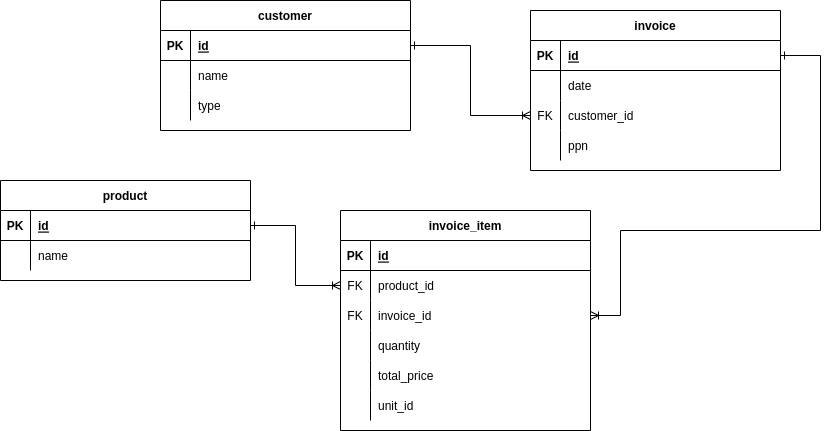
hezbims/Ekonomis keeps this draw.io diagram as Dokumentasi/diagram/erd.png. Above is the earlier version. Source tidied: cells renumbered, new cells last; positions are measured from the earlier drawing's top-left corner, leaving out a move shared by most shapes. The source it was exported from:
```xml
<mxGraphModel>
  <root>
    <mxCell id="0" />
    <mxCell id="1" parent="0" />
    <mxCell id="2" value="invoice" style="shape=table;startSize=30;rowLines=0;fontStyle=1;align=center;" parent="1" vertex="1">
      <mxGeometry x="530" y="10" width="250" height="160" as="geometry" />
    </mxCell>
    <mxCell id="3" style="shape=partialRectangle;fillColor=none;points=[[0,0.5],[1,0.5]];portConstraint=eastwest;top=0;left=0;right=0;bottom=1;" parent="2" vertex="1">
      <mxGeometry y="30" width="250" height="30" as="geometry" />
    </mxCell>
    <mxCell id="4" value="PK" style="shape=partialRectangle;overflow=hidden;fillColor=none;top=0;left=0;bottom=0;right=0;fontStyle=1;" parent="3" vertex="1">
      <mxGeometry width="30" height="30" as="geometry" />
    </mxCell>
    <mxCell id="5" value="id" style="shape=partialRectangle;overflow=hidden;fillColor=none;top=0;left=0;bottom=0;right=0;align=left;spacingLeft=6;fontStyle=5;" parent="3" vertex="1">
      <mxGeometry x="30" width="220" height="30" as="geometry" />
    </mxCell>
    <mxCell id="6" style="shape=partialRectangle;fillColor=none;top=0;left=0;right=0;bottom=0;" parent="2" vertex="1">
      <mxGeometry y="60" width="250" height="30" as="geometry" />
    </mxCell>
    <mxCell id="7" style="shape=partialRectangle;overflow=hidden;fillColor=none;top=0;left=0;bottom=0;right=0;" parent="6" vertex="1">
      <mxGeometry width="30" height="30" as="geometry" />
    </mxCell>
    <mxCell id="8" value="date" style="shape=partialRectangle;overflow=hidden;fillColor=none;top=0;left=0;bottom=0;right=0;align=left;spacingLeft=6;" parent="6" vertex="1">
      <mxGeometry x="30" width="220" height="30" as="geometry" />
    </mxCell>
    <mxCell id="9" style="shape=partialRectangle;fillColor=none;points=[[0,0.5],[1,0.5]];portConstraint=eastwest;top=0;left=0;right=0;bottom=0;" parent="2" vertex="1">
      <mxGeometry y="90" width="250" height="30" as="geometry" />
    </mxCell>
    <mxCell id="10" value="FK" style="shape=partialRectangle;overflow=hidden;fillColor=none;top=0;left=0;bottom=0;right=0;" parent="9" vertex="1">
      <mxGeometry width="30" height="30" as="geometry" />
    </mxCell>
    <mxCell id="11" value="customer_id" style="shape=partialRectangle;overflow=hidden;fillColor=none;top=0;left=0;bottom=0;right=0;align=left;spacingLeft=6;" parent="9" vertex="1">
      <mxGeometry x="30" width="220" height="30" as="geometry" />
    </mxCell>
    <mxCell id="12" style="shape=tableRow;horizontal=0;startSize=0;swimlaneHead=0;swimlaneBody=0;fillColor=none;top=0;left=0;right=0;bottom=0;" parent="2" vertex="1">
      <mxGeometry y="120" width="250" height="30" as="geometry" />
    </mxCell>
    <mxCell id="13" style="shape=partialRectangle;fillColor=none;top=0;left=0;bottom=0;right=0;overflow=hidden;" parent="12" vertex="1">
      <mxGeometry width="30" height="30" as="geometry" />
    </mxCell>
    <mxCell id="14" value="ppn" style="shape=partialRectangle;fillColor=none;top=0;left=0;bottom=0;right=0;align=left;spacingLeft=6;overflow=hidden;" parent="12" vertex="1">
      <mxGeometry x="30" width="220" height="30" as="geometry" />
    </mxCell>
    <mxCell id="15" value="product" style="shape=table;startSize=30;rowLines=0;fontStyle=1;align=center;" parent="1" vertex="1">
      <mxGeometry y="180" width="250" height="100" as="geometry" />
    </mxCell>
    <mxCell id="16" style="shape=partialRectangle;fillColor=none;points=[[0,0.5],[1,0.5]];portConstraint=eastwest;top=0;left=0;right=0;bottom=1;" parent="15" vertex="1">
      <mxGeometry y="30" width="250" height="30" as="geometry" />
    </mxCell>
    <mxCell id="17" value="PK" style="shape=partialRectangle;overflow=hidden;fillColor=none;top=0;left=0;bottom=0;right=0;fontStyle=1;" parent="16" vertex="1">
      <mxGeometry width="30" height="30" as="geometry" />
    </mxCell>
    <mxCell id="18" value="id" style="shape=partialRectangle;overflow=hidden;fillColor=none;top=0;left=0;bottom=0;right=0;align=left;spacingLeft=6;fontStyle=5;" parent="16" vertex="1">
      <mxGeometry x="30" width="220" height="30" as="geometry" />
    </mxCell>
    <mxCell id="19" style="shape=partialRectangle;fillColor=none;top=0;left=0;right=0;bottom=0;" parent="15" vertex="1">
      <mxGeometry y="60" width="250" height="30" as="geometry" />
    </mxCell>
    <mxCell id="20" style="shape=partialRectangle;overflow=hidden;fillColor=none;top=0;left=0;bottom=0;right=0;" parent="19" vertex="1">
      <mxGeometry width="30" height="30" as="geometry" />
    </mxCell>
    <mxCell id="21" value="name" style="shape=partialRectangle;overflow=hidden;fillColor=none;top=0;left=0;bottom=0;right=0;align=left;spacingLeft=6;" parent="19" vertex="1">
      <mxGeometry x="30" width="220" height="30" as="geometry" />
    </mxCell>
    <mxCell id="22" value="customer" style="shape=table;startSize=30;rowLines=0;fontStyle=1;align=center;" parent="1" vertex="1">
      <mxGeometry x="160" width="250" height="130" as="geometry" />
    </mxCell>
    <mxCell id="23" style="shape=partialRectangle;fillColor=none;points=[[0,0.5],[1,0.5]];portConstraint=eastwest;top=0;left=0;right=0;bottom=1;" parent="22" vertex="1">
      <mxGeometry y="30" width="250" height="30" as="geometry" />
    </mxCell>
    <mxCell id="24" value="PK" style="shape=partialRectangle;overflow=hidden;fillColor=none;top=0;left=0;bottom=0;right=0;fontStyle=1;" parent="23" vertex="1">
      <mxGeometry width="30" height="30" as="geometry" />
    </mxCell>
    <mxCell id="25" value="id" style="shape=partialRectangle;overflow=hidden;fillColor=none;top=0;left=0;bottom=0;right=0;align=left;spacingLeft=6;fontStyle=5;" parent="23" vertex="1">
      <mxGeometry x="30" width="220" height="30" as="geometry" />
    </mxCell>
    <mxCell id="26" style="shape=tableRow;horizontal=0;startSize=0;swimlaneHead=0;swimlaneBody=0;fillColor=none;top=0;left=0;right=0;bottom=0;" parent="22" vertex="1">
      <mxGeometry y="60" width="250" height="30" as="geometry" />
    </mxCell>
    <mxCell id="27" style="shape=partialRectangle;fillColor=none;top=0;left=0;bottom=0;right=0;overflow=hidden;" parent="26" vertex="1">
      <mxGeometry width="30" height="30" as="geometry" />
    </mxCell>
    <mxCell id="28" value="name" style="shape=partialRectangle;fillColor=none;top=0;left=0;bottom=0;right=0;align=left;spacingLeft=6;overflow=hidden;" parent="26" vertex="1">
      <mxGeometry x="30" width="220" height="30" as="geometry" />
    </mxCell>
    <mxCell id="29" style="shape=partialRectangle;fillColor=none;top=0;left=0;right=0;bottom=0;" parent="22" vertex="1">
      <mxGeometry y="90" width="250" height="30" as="geometry" />
    </mxCell>
    <mxCell id="30" style="shape=partialRectangle;overflow=hidden;fillColor=none;top=0;left=0;bottom=0;right=0;" parent="29" vertex="1">
      <mxGeometry width="30" height="30" as="geometry" />
    </mxCell>
    <mxCell id="31" value="type" style="shape=partialRectangle;overflow=hidden;fillColor=none;top=0;left=0;bottom=0;right=0;align=left;spacingLeft=6;" parent="29" vertex="1">
      <mxGeometry x="30" width="220" height="30" as="geometry" />
    </mxCell>
    <mxCell id="32" value="invoice_item" style="shape=table;startSize=30;rowLines=0;fontStyle=1;align=center;" parent="1" vertex="1">
      <mxGeometry x="340" y="210" width="250" height="220" as="geometry" />
    </mxCell>
    <mxCell id="33" style="shape=partialRectangle;fillColor=none;top=0;left=0;right=0;bottom=1;" parent="32" vertex="1">
      <mxGeometry y="30" width="250" height="30" as="geometry" />
    </mxCell>
    <mxCell id="34" value="PK" style="shape=partialRectangle;overflow=hidden;fillColor=none;top=0;left=0;bottom=0;right=0;fontStyle=1;" parent="33" vertex="1">
      <mxGeometry width="30" height="30" as="geometry" />
    </mxCell>
    <mxCell id="35" value="id" style="shape=partialRectangle;overflow=hidden;fillColor=none;top=0;left=0;bottom=0;right=0;align=left;spacingLeft=6;fontStyle=5;" parent="33" vertex="1">
      <mxGeometry x="30" width="220" height="30" as="geometry" />
    </mxCell>
    <mxCell id="36" style="shape=partialRectangle;fillColor=none;points=[[0,0.5],[1,0.5]];portConstraint=eastwest;top=0;left=0;right=0;bottom=0;" parent="32" vertex="1">
      <mxGeometry y="60" width="250" height="30" as="geometry" />
    </mxCell>
    <mxCell id="37" value="FK" style="shape=partialRectangle;overflow=hidden;fillColor=none;top=0;left=0;bottom=0;right=0;" parent="36" vertex="1">
      <mxGeometry width="30" height="30" as="geometry" />
    </mxCell>
    <mxCell id="38" value="product_id" style="shape=partialRectangle;overflow=hidden;fillColor=none;top=0;left=0;bottom=0;right=0;align=left;spacingLeft=6;" parent="36" vertex="1">
      <mxGeometry x="30" width="220" height="30" as="geometry" />
    </mxCell>
    <mxCell id="39" style="shape=tableRow;horizontal=0;startSize=0;swimlaneHead=0;swimlaneBody=0;fillColor=none;points=[[0,0.5],[1,0.5]];portConstraint=eastwest;top=0;left=0;right=0;bottom=0;" parent="32" vertex="1">
      <mxGeometry y="90" width="250" height="30" as="geometry" />
    </mxCell>
    <mxCell id="40" value="FK" style="shape=partialRectangle;fillColor=none;top=0;left=0;bottom=0;right=0;overflow=hidden;" parent="39" vertex="1">
      <mxGeometry width="30" height="30" as="geometry" />
    </mxCell>
    <mxCell id="41" value="invoice_id" style="shape=partialRectangle;fillColor=none;top=0;left=0;bottom=0;right=0;align=left;spacingLeft=6;overflow=hidden;" parent="39" vertex="1">
      <mxGeometry x="30" width="220" height="30" as="geometry" />
    </mxCell>
    <mxCell id="42" style="shape=tableRow;horizontal=0;startSize=0;swimlaneHead=0;swimlaneBody=0;fillColor=none;top=0;left=0;right=0;bottom=0;" parent="32" vertex="1">
      <mxGeometry y="120" width="250" height="30" as="geometry" />
    </mxCell>
    <mxCell id="43" style="shape=partialRectangle;fillColor=none;top=0;left=0;bottom=0;right=0;overflow=hidden;" parent="42" vertex="1">
      <mxGeometry width="30" height="30" as="geometry" />
    </mxCell>
    <mxCell id="44" value="quantity" style="shape=partialRectangle;fillColor=none;top=0;left=0;bottom=0;right=0;align=left;spacingLeft=6;overflow=hidden;" parent="42" vertex="1">
      <mxGeometry x="30" width="220" height="30" as="geometry" />
    </mxCell>
    <mxCell id="45" style="shape=tableRow;horizontal=0;startSize=0;swimlaneHead=0;swimlaneBody=0;fillColor=none;top=0;left=0;right=0;bottom=0;" parent="32" vertex="1">
      <mxGeometry y="150" width="250" height="30" as="geometry" />
    </mxCell>
    <mxCell id="46" style="shape=partialRectangle;fillColor=none;top=0;left=0;bottom=0;right=0;overflow=hidden;" parent="45" vertex="1">
      <mxGeometry width="30" height="30" as="geometry" />
    </mxCell>
    <mxCell id="47" value="total_price" style="shape=partialRectangle;fillColor=none;top=0;left=0;bottom=0;right=0;align=left;spacingLeft=6;overflow=hidden;" parent="45" vertex="1">
      <mxGeometry x="30" width="220" height="30" as="geometry" />
    </mxCell>
    <mxCell id="48" style="shape=tableRow;horizontal=0;startSize=0;swimlaneHead=0;swimlaneBody=0;fillColor=none;top=0;left=0;right=0;bottom=0;" parent="32" vertex="1">
      <mxGeometry y="180" width="250" height="30" as="geometry" />
    </mxCell>
    <mxCell id="49" style="shape=partialRectangle;fillColor=none;top=0;left=0;bottom=0;right=0;overflow=hidden;" parent="48" vertex="1">
      <mxGeometry width="30" height="30" as="geometry" />
    </mxCell>
    <mxCell id="50" value="unit_id" style="shape=partialRectangle;fillColor=none;top=0;left=0;bottom=0;right=0;align=left;spacingLeft=6;overflow=hidden;" parent="48" vertex="1">
      <mxGeometry x="30" width="220" height="30" as="geometry" />
    </mxCell>
    <mxCell id="51" style="edgeStyle=orthogonalEdgeStyle;rounded=0;jettySize=auto;html=1;entryX=1;entryY=0.5;entryDx=0;entryDy=0;endArrow=ERone;endFill=0;startArrow=ERoneToMany;startFill=0;" parent="1" edge="1" source="39" target="3">
      <mxGeometry relative="1" as="geometry">
        <Array as="points">
          <mxPoint x="620" y="315" />
          <mxPoint x="620" y="230" />
          <mxPoint x="820" y="230" />
          <mxPoint x="820" y="55" />
        </Array>
      </mxGeometry>
    </mxCell>
    <mxCell id="52" style="edgeStyle=orthogonalEdgeStyle;rounded=0;jettySize=auto;html=1;entryX=1;entryY=0.5;entryDx=0;entryDy=0;endArrow=ERone;endFill=0;startArrow=ERoneToMany;startFill=0;" parent="1" edge="1" source="36" target="16">
      <mxGeometry relative="1" as="geometry" />
    </mxCell>
    <mxCell id="53" style="edgeStyle=orthogonalEdgeStyle;rounded=0;jettySize=auto;html=1;entryX=1;entryY=0.5;entryDx=0;entryDy=0;endArrow=ERone;endFill=0;startArrow=ERoneToMany;startFill=0;" parent="1" edge="1" source="9" target="23">
      <mxGeometry relative="1" as="geometry" />
    </mxCell>
  </root>
</mxGraphModel>
```
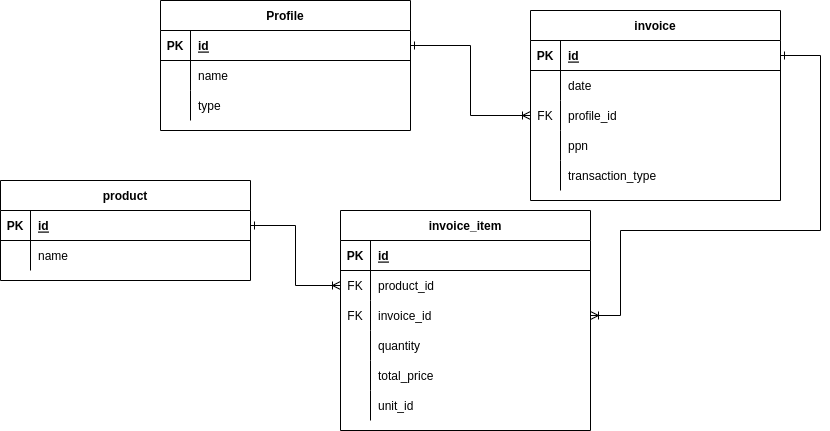
Later version of the same file.

Commit message:
docs: nambahin field transaction_type di tabel invoice ERD

The edit, as a diff of the source:
```diff
@@ -3,7 +3,7 @@
     <mxCell id="0" />
     <mxCell id="1" parent="0" />
     <mxCell id="2" value="invoice" style="shape=table;startSize=30;rowLines=0;fontStyle=1;align=center;" parent="1" vertex="1">
-      <mxGeometry x="530" y="10" width="250" height="160" as="geometry" />
+      <mxGeometry x="530" y="10" width="250" height="190" as="geometry" />
     </mxCell>
     <mxCell id="3" style="shape=partialRectangle;fillColor=none;points=[[0,0.5],[1,0.5]];portConstraint=eastwest;top=0;left=0;right=0;bottom=1;" parent="2" vertex="1">
       <mxGeometry y="30" width="250" height="30" as="geometry" />
@@ -29,7 +29,7 @@
     <mxCell id="10" value="FK" style="shape=partialRectangle;overflow=hidden;fillColor=none;top=0;left=0;bottom=0;right=0;" parent="9" vertex="1">
       <mxGeometry width="30" height="30" as="geometry" />
     </mxCell>
-    <mxCell id="11" value="customer_id" style="shape=partialRectangle;overflow=hidden;fillColor=none;top=0;left=0;bottom=0;right=0;align=left;spacingLeft=6;" parent="9" vertex="1">
+    <mxCell id="11" value="profile_id" style="shape=partialRectangle;overflow=hidden;fillColor=none;top=0;left=0;bottom=0;right=0;align=left;spacingLeft=6;" parent="9" vertex="1">
       <mxGeometry x="30" width="220" height="30" as="geometry" />
     </mxCell>
     <mxCell id="12" style="shape=tableRow;horizontal=0;startSize=0;swimlaneHead=0;swimlaneBody=0;fillColor=none;top=0;left=0;right=0;bottom=0;" parent="2" vertex="1">
@@ -41,6 +41,15 @@
     <mxCell id="14" value="ppn" style="shape=partialRectangle;fillColor=none;top=0;left=0;bottom=0;right=0;align=left;spacingLeft=6;overflow=hidden;" parent="12" vertex="1">
       <mxGeometry x="30" width="220" height="30" as="geometry" />
     </mxCell>
+    <mxCell id="54" style="shape=tableRow;horizontal=0;startSize=0;swimlaneHead=0;swimlaneBody=0;fillColor=none;top=0;left=0;right=0;bottom=0;" parent="2" vertex="1">
+      <mxGeometry y="150" width="250" height="30" as="geometry" />
+    </mxCell>
+    <mxCell id="55" style="shape=partialRectangle;fillColor=none;top=0;left=0;bottom=0;right=0;overflow=hidden;" parent="54" vertex="1">
+      <mxGeometry width="30" height="30" as="geometry" />
+    </mxCell>
+    <mxCell id="56" value="transaction_type" style="shape=partialRectangle;fillColor=none;top=0;left=0;bottom=0;right=0;align=left;spacingLeft=6;overflow=hidden;" parent="54" vertex="1">
+      <mxGeometry x="30" width="220" height="30" as="geometry" />
+    </mxCell>
     <mxCell id="15" value="product" style="shape=table;startSize=30;rowLines=0;fontStyle=1;align=center;" parent="1" vertex="1">
       <mxGeometry y="180" width="250" height="100" as="geometry" />
     </mxCell>
@@ -62,7 +71,7 @@
     <mxCell id="21" value="name" style="shape=partialRectangle;overflow=hidden;fillColor=none;top=0;left=0;bottom=0;right=0;align=left;spacingLeft=6;" parent="19" vertex="1">
       <mxGeometry x="30" width="220" height="30" as="geometry" />
     </mxCell>
-    <mxCell id="22" value="customer" style="shape=table;startSize=30;rowLines=0;fontStyle=1;align=center;" parent="1" vertex="1">
+    <mxCell id="22" value="Profile" style="shape=table;startSize=30;rowLines=0;fontStyle=1;align=center;" parent="1" vertex="1">
       <mxGeometry x="160" width="250" height="130" as="geometry" />
     </mxCell>
     <mxCell id="23" style="shape=partialRectangle;fillColor=none;points=[[0,0.5],[1,0.5]];portConstraint=eastwest;top=0;left=0;right=0;bottom=1;" parent="22" vertex="1">
```
